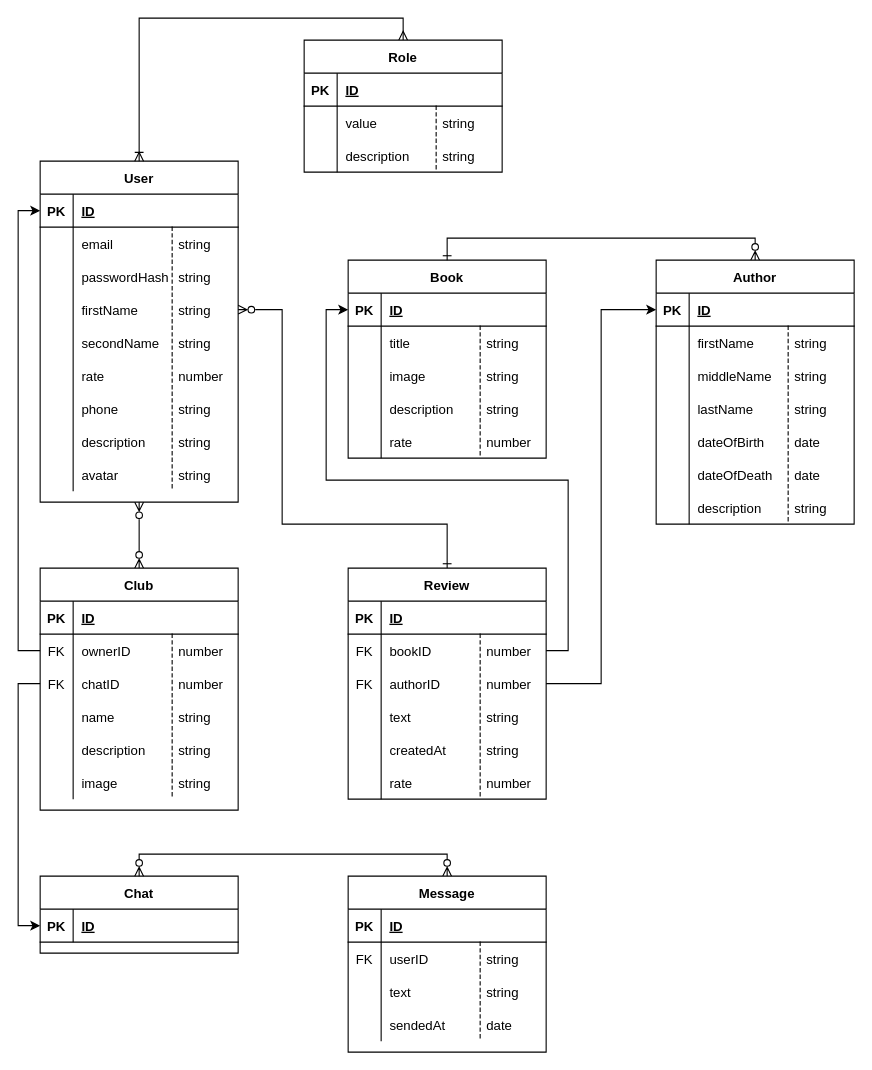
This is Untitled Diagram.drawio from KennyDied/litrecenze-backend, a draw.io file, before an edit. Source tidied: cells renumbered, new cells numbered last; positions are measured from the earlier drawing's top-left corner, leaving out a move shared by most shapes. Both pictures are drawn from the tidied source at 110%, with x=0, y=0 at pixel (40, 40).
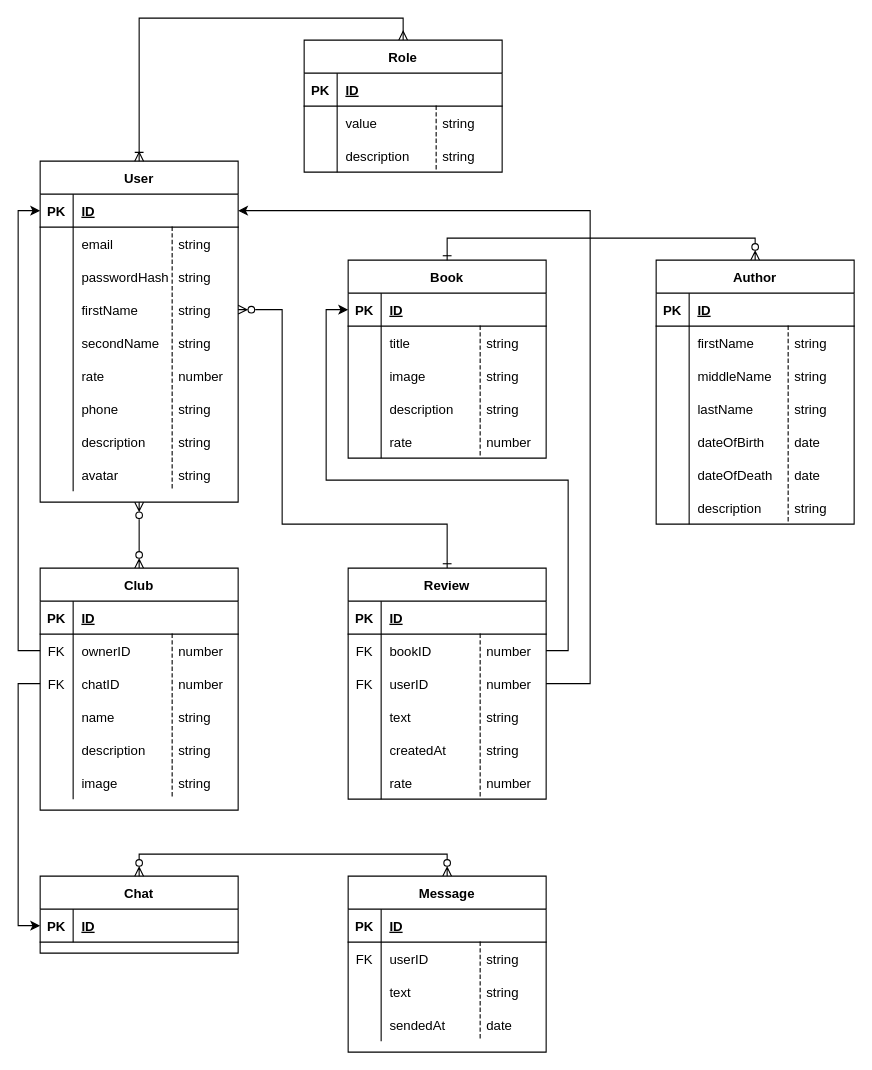
The same diagram, later.

Unchanged cells that the change refers to:
```xml
<mxCell id="3" style="shape=tableRow;horizontal=0;startSize=0;swimlaneHead=0;swimlaneBody=0;fillColor=none;points=[[0,0.5],[1,0.5]];portConstraint=eastwest;top=0;left=0;right=0;bottom=1;" parent="2" vertex="1">
  <mxGeometry y="30" width="180" height="30" as="geometry" />
</mxCell>
<mxCell id="80" style="shape=tableRow;horizontal=0;startSize=0;swimlaneHead=0;swimlaneBody=0;fillColor=none;points=[[0,0.5],[1,0.5]];portConstraint=eastwest;top=0;left=0;right=0;bottom=1;" parent="79" vertex="1">
  <mxGeometry y="30" width="180" height="30" as="geometry" />
</mxCell>
<mxCell id="128" style="shape=tableRow;horizontal=0;startSize=0;swimlaneHead=0;swimlaneBody=0;fillColor=none;points=[[0,0.5],[1,0.5]];portConstraint=eastwest;top=0;left=0;right=0;bottom=0;" parent="121" vertex="1">
  <mxGeometry y="90" width="180" height="30" as="geometry" />
</mxCell>
```

Diff of the diagram source:
```diff
@@
-    <mxCell id="130" value="authorID" style="shape=partialRectangle;fillColor=none;top=0;left=0;bottom=0;right=0;align=left;spacingLeft=6;fontStyle=0;overflow=hidden;" parent="128" vertex="1">
+    <mxCell id="130" value="userID" style="shape=partialRectangle;fillColor=none;top=0;left=0;bottom=0;right=0;align=left;spacingLeft=6;fontStyle=0;overflow=hidden;" parent="128" vertex="1">
       <mxGeometry x="30" width="150" height="30" as="geometry" />
     </mxCell>
@@
-    <mxCell id="140" style="edgeStyle=orthogonalEdgeStyle;rounded=0;jettySize=auto;html=1;exitX=1;exitY=0.5;exitDx=0;exitDy=0;entryX=0;entryY=0.5;entryDx=0;entryDy=0;startArrow=none;startFill=0;endArrow=classic;endFill=1;" parent="1" edge="1" source="128" target="80">
-      <mxGeometry relative="1" as="geometry" />
+    <mxCell id="140" style="edgeStyle=orthogonalEdgeStyle;rounded=0;jettySize=auto;html=1;exitX=1;exitY=0.5;exitDx=0;exitDy=0;startArrow=none;startFill=0;endArrow=classic;endFill=1;" parent="1" edge="1" source="128" target="3">
+      <mxGeometry relative="1" as="geometry">
+        <Array as="points">
+          <mxPoint x="500" y="585" />
+          <mxPoint x="500" y="155" />
+        </Array>
+      </mxGeometry>
     </mxCell>
```
